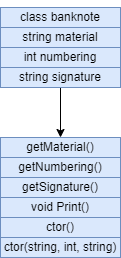
Davud1Ramazanov/classBanknonte keeps this draw.io diagram as Untitled Diagram.drawio.png. Above is the earlier version. Source tidied: cells renumbered, new cells last; positions are measured from the earlier drawing's top-left corner, leaving out a move shared by most shapes. Its diagram source:
```xml
<mxGraphModel>
  <root>
    <mxCell id="0" />
    <mxCell id="1" parent="0" />
    <mxCell id="2" style="edgeStyle=orthogonalEdgeStyle;rounded=0;orthogonalLoop=1;jettySize=auto;html=1;" parent="1" edge="1">
      <mxGeometry relative="1" as="geometry">
        <mxPoint x="50" y="20" as="sourcePoint" />
        <mxPoint x="50" y="20" as="targetPoint" />
      </mxGeometry>
    </mxCell>
    <mxCell id="3" style="edgeStyle=orthogonalEdgeStyle;rounded=0;jettySize=auto;html=1;" parent="1" edge="1" source="4" target="5">
      <mxGeometry relative="1" as="geometry" />
    </mxCell>
    <mxCell id="4" value="class banknote" style="rounded=0;whiteSpace=wrap;html=1;fillColor=#dae8fc;strokeColor=#6c8ebf;" parent="1" vertex="1">
      <mxGeometry width="120" height="20" as="geometry" />
    </mxCell>
    <mxCell id="5" value="string&amp;nbsp;material" style="rounded=0;whiteSpace=wrap;html=1;fillColor=#dae8fc;strokeColor=#6c8ebf;" parent="1" vertex="1">
      <mxGeometry y="20" width="120" height="20" as="geometry" />
    </mxCell>
    <mxCell id="6" value="int&amp;nbsp;numbering" style="rounded=0;whiteSpace=wrap;html=1;fillColor=#dae8fc;strokeColor=#6c8ebf;" parent="1" vertex="1">
      <mxGeometry y="40" width="120" height="20" as="geometry" />
    </mxCell>
    <mxCell id="7" style="edgeStyle=orthogonalEdgeStyle;rounded=0;jettySize=auto;html=1;" parent="1" edge="1" source="8" target="9">
      <mxGeometry relative="1" as="geometry" />
    </mxCell>
    <mxCell id="8" value="string&amp;nbsp;signature" style="rounded=0;whiteSpace=wrap;html=1;fillColor=#dae8fc;strokeColor=#6c8ebf;" parent="1" vertex="1">
      <mxGeometry y="60" width="120" height="20" as="geometry" />
    </mxCell>
    <mxCell id="9" value="getMaterial()" style="rounded=0;whiteSpace=wrap;html=1;fillColor=#dae8fc;strokeColor=#6c8ebf;" parent="1" vertex="1">
      <mxGeometry y="130" width="120" height="20" as="geometry" />
    </mxCell>
    <mxCell id="10" value="getNumbering()" style="rounded=0;whiteSpace=wrap;html=1;fillColor=#dae8fc;strokeColor=#6c8ebf;" parent="1" vertex="1">
      <mxGeometry y="150" width="120" height="20" as="geometry" />
    </mxCell>
    <mxCell id="11" value="getSignature()" style="rounded=0;whiteSpace=wrap;html=1;fillColor=#dae8fc;strokeColor=#6c8ebf;" parent="1" vertex="1">
      <mxGeometry y="170" width="120" height="20" as="geometry" />
    </mxCell>
    <mxCell id="12" value="void Print()" style="rounded=0;whiteSpace=wrap;html=1;fillColor=#dae8fc;strokeColor=#6c8ebf;" parent="1" vertex="1">
      <mxGeometry y="190" width="120" height="20" as="geometry" />
    </mxCell>
    <mxCell id="13" value="ctor(string, int, string)" style="rounded=0;whiteSpace=wrap;html=1;fillColor=#dae8fc;strokeColor=#6c8ebf;" parent="1" vertex="1">
      <mxGeometry y="230" width="120" height="20" as="geometry" />
    </mxCell>
    <mxCell id="14" value="ctor()" style="rounded=0;whiteSpace=wrap;html=1;fillColor=#dae8fc;strokeColor=#6c8ebf;" parent="1" vertex="1">
      <mxGeometry y="210" width="120" height="20" as="geometry" />
    </mxCell>
  </root>
</mxGraphModel>
```
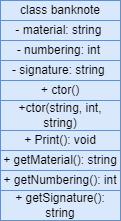
The same diagram one commit later.

Change to the diagram source:
```diff
@@ -8,41 +8,35 @@
         <mxPoint x="50" y="20" as="targetPoint" />
       </mxGeometry>
     </mxCell>
-    <mxCell id="3" style="edgeStyle=orthogonalEdgeStyle;rounded=0;jettySize=auto;html=1;" parent="1" edge="1" source="4" target="5">
-      <mxGeometry relative="1" as="geometry" />
-    </mxCell>
     <mxCell id="4" value="class banknote" style="rounded=0;whiteSpace=wrap;html=1;fillColor=#dae8fc;strokeColor=#6c8ebf;" parent="1" vertex="1">
       <mxGeometry width="120" height="20" as="geometry" />
     </mxCell>
-    <mxCell id="5" value="string&amp;nbsp;material" style="rounded=0;whiteSpace=wrap;html=1;fillColor=#dae8fc;strokeColor=#6c8ebf;" parent="1" vertex="1">
+    <mxCell id="5" value="- material: string&amp;nbsp;" style="rounded=0;whiteSpace=wrap;html=1;fillColor=#dae8fc;strokeColor=#6c8ebf;" parent="1" vertex="1">
       <mxGeometry y="20" width="120" height="20" as="geometry" />
     </mxCell>
-    <mxCell id="6" value="int&amp;nbsp;numbering" style="rounded=0;whiteSpace=wrap;html=1;fillColor=#dae8fc;strokeColor=#6c8ebf;" parent="1" vertex="1">
+    <mxCell id="6" value="- numbering: int&amp;nbsp;" style="rounded=0;whiteSpace=wrap;html=1;fillColor=#dae8fc;strokeColor=#6c8ebf;" parent="1" vertex="1">
       <mxGeometry y="40" width="120" height="20" as="geometry" />
     </mxCell>
-    <mxCell id="7" style="edgeStyle=orthogonalEdgeStyle;rounded=0;jettySize=auto;html=1;" parent="1" edge="1" source="8" target="9">
-      <mxGeometry relative="1" as="geometry" />
-    </mxCell>
-    <mxCell id="8" value="string&amp;nbsp;signature" style="rounded=0;whiteSpace=wrap;html=1;fillColor=#dae8fc;strokeColor=#6c8ebf;" parent="1" vertex="1">
+    <mxCell id="8" value="- signature: string&amp;nbsp;" style="rounded=0;whiteSpace=wrap;html=1;fillColor=#dae8fc;strokeColor=#6c8ebf;" parent="1" vertex="1">
       <mxGeometry y="60" width="120" height="20" as="geometry" />
     </mxCell>
-    <mxCell id="9" value="getMaterial()" style="rounded=0;whiteSpace=wrap;html=1;fillColor=#dae8fc;strokeColor=#6c8ebf;" parent="1" vertex="1">
-      <mxGeometry y="130" width="120" height="20" as="geometry" />
+    <mxCell id="9" value="+ getMaterial(): string" style="rounded=0;whiteSpace=wrap;html=1;fillColor=#dae8fc;strokeColor=#6c8ebf;" parent="1" vertex="1">
+      <mxGeometry y="150" width="120" height="20" as="geometry" />
     </mxCell>
-    <mxCell id="10" value="getNumbering()" style="rounded=0;whiteSpace=wrap;html=1;fillColor=#dae8fc;strokeColor=#6c8ebf;" parent="1" vertex="1">
-      <mxGeometry y="150" width="120" height="20" as="geometry" />
+    <mxCell id="10" value="+ getNumbering(): int" style="rounded=0;whiteSpace=wrap;html=1;fillColor=#dae8fc;strokeColor=#6c8ebf;" parent="1" vertex="1">
+      <mxGeometry y="170" width="120" height="20" as="geometry" />
     </mxCell>
-    <mxCell id="11" value="getSignature()" style="rounded=0;whiteSpace=wrap;html=1;fillColor=#dae8fc;strokeColor=#6c8ebf;" parent="1" vertex="1">
-      <mxGeometry y="170" width="120" height="20" as="geometry" />
+    <mxCell id="11" value="+ getSignature(): string" style="rounded=0;whiteSpace=wrap;html=1;fillColor=#dae8fc;strokeColor=#6c8ebf;" parent="1" vertex="1">
+      <mxGeometry y="190" width="120" height="30" as="geometry" />
     </mxCell>
-    <mxCell id="12" value="void Print()" style="rounded=0;whiteSpace=wrap;html=1;fillColor=#dae8fc;strokeColor=#6c8ebf;" parent="1" vertex="1">
-      <mxGeometry y="190" width="120" height="20" as="geometry" />
+    <mxCell id="12" value="+ Print(): void" style="rounded=0;whiteSpace=wrap;html=1;fillColor=#dae8fc;strokeColor=#6c8ebf;" parent="1" vertex="1">
+      <mxGeometry y="130" width="120" height="20" as="geometry" />
     </mxCell>
-    <mxCell id="13" value="ctor(string, int, string)" style="rounded=0;whiteSpace=wrap;html=1;fillColor=#dae8fc;strokeColor=#6c8ebf;" parent="1" vertex="1">
-      <mxGeometry y="230" width="120" height="20" as="geometry" />
+    <mxCell id="13" value="+ctor(string, int, string)" style="rounded=0;whiteSpace=wrap;html=1;fillColor=#dae8fc;strokeColor=#6c8ebf;" parent="1" vertex="1">
+      <mxGeometry y="100" width="120" height="30" as="geometry" />
     </mxCell>
-    <mxCell id="14" value="ctor()" style="rounded=0;whiteSpace=wrap;html=1;fillColor=#dae8fc;strokeColor=#6c8ebf;" parent="1" vertex="1">
-      <mxGeometry y="210" width="120" height="20" as="geometry" />
+    <mxCell id="14" value="+ ctor()" style="rounded=0;whiteSpace=wrap;html=1;fillColor=#dae8fc;strokeColor=#6c8ebf;" parent="1" vertex="1">
+      <mxGeometry y="80" width="120" height="20" as="geometry" />
     </mxCell>
   </root>
 </mxGraphModel>
```
